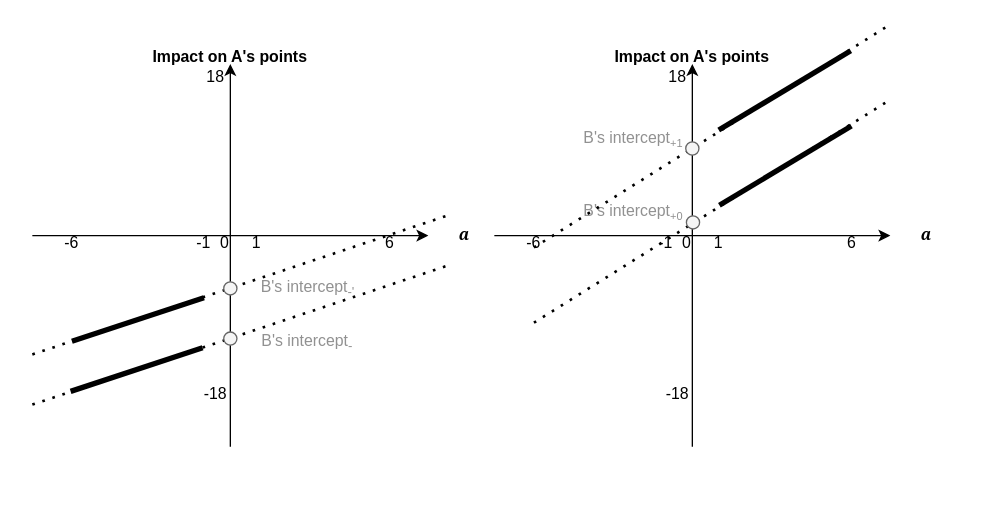
The draw.io diagram polarization_changeIntercept Diagram.drawio in changgge/changgge, before the edit. Source tidied: cells renumbered, new cells numbered last; positions are measured from the earlier drawing's top-left corner, leaving out a move shared by most shapes. Both pictures are drawn from the tidied source at 132%, with x=0, y=0 at pixel (32, 24).
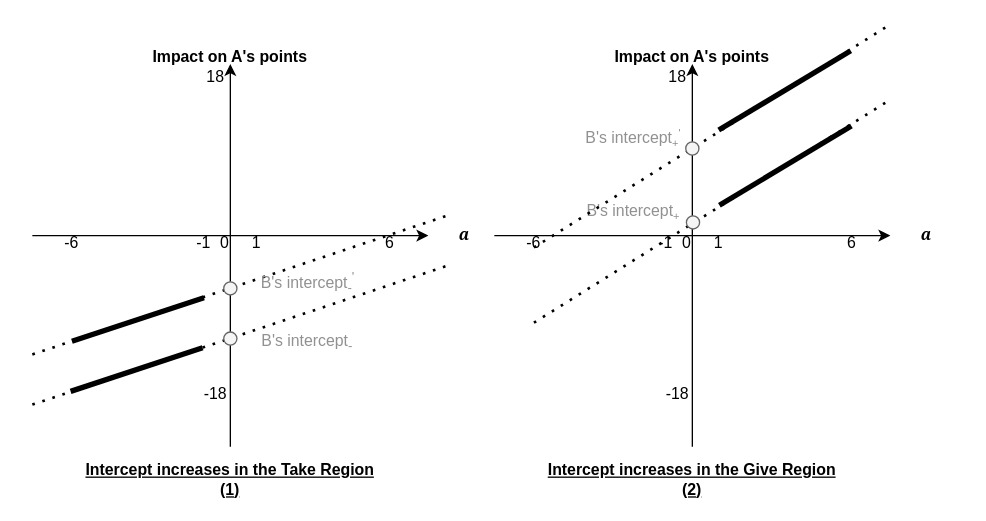
The same diagram, later.

Change to the diagram source:
```diff
@@
-    <mxCell id="31" value="B's intercept&lt;font size=&quot;1&quot;&gt;&lt;sub&gt;+0&lt;/sub&gt;&lt;/font&gt;" style="text;html=1;align=center;verticalAlign=middle;whiteSpace=wrap;rounded=0;fontColor=#919191;" parent="1" vertex="1">
+    <mxCell id="31" value="B's intercept&lt;font size=&quot;1&quot;&gt;&lt;sub&gt;+&lt;/sub&gt;&lt;/font&gt;" style="text;html=1;align=center;verticalAlign=middle;whiteSpace=wrap;rounded=0;fontColor=#919191;" parent="1" vertex="1">
       <mxGeometry x="415.5" y="129" width="79" height="26" as="geometry" />
     </mxCell>
@@
-    <mxCell id="34" value="B's intercept&lt;sub&gt;-'&lt;/sub&gt;" style="text;html=1;align=center;verticalAlign=middle;whiteSpace=wrap;rounded=0;fontColor=#919191;" parent="1" vertex="1">
-      <mxGeometry x="156.5" y="192.5" width="104" height="15" as="geometry" />
+    <mxCell id="34" value="B's intercept&lt;sub&gt;-&lt;/sub&gt;&lt;sup&gt;'&lt;/sup&gt;" style="text;html=1;align=center;verticalAlign=middle;whiteSpace=wrap;rounded=0;fontColor=#919191;" parent="1" vertex="1">
+      <mxGeometry x="156.5" y="188.5" width="104" height="15" as="geometry" />
     </mxCell>
@@
-    <mxCell id="39" value="B's intercept&lt;font size=&quot;1&quot;&gt;&lt;sub&gt;+1&lt;/sub&gt;&lt;/font&gt;" style="text;html=1;align=center;verticalAlign=middle;whiteSpace=wrap;rounded=0;fontColor=#919191;" parent="1" vertex="1">
+    <mxCell id="39" value="B's intercept&lt;font size=&quot;1&quot;&gt;&lt;sub&gt;+&lt;/sub&gt;&lt;sup&gt;'&lt;/sup&gt;&lt;/font&gt;" style="text;html=1;align=center;verticalAlign=middle;whiteSpace=wrap;rounded=0;fontColor=#919191;" parent="1" vertex="1">
       <mxGeometry x="415.5" y="73" width="79" height="26" as="geometry" />
     </mxCell>
+    <mxCell id="40" value="Intercept increases in the Take Region&lt;div&gt;(1)&lt;/div&gt;" style="text;html=1;align=center;verticalAlign=middle;whiteSpace=wrap;rounded=0;fontStyle=5;" parent="1" vertex="1">
+      <mxGeometry y="330" width="300" height="30" as="geometry" />
+    </mxCell>
+    <mxCell id="41" value="Intercept increases in the Give Region&lt;div&gt;(2)&lt;/div&gt;" style="text;html=1;align=center;verticalAlign=middle;whiteSpace=wrap;rounded=0;fontStyle=5;" parent="1" vertex="1">
+      <mxGeometry x="350" y="330" width="300" height="30" as="geometry" />
+    </mxCell>
```
